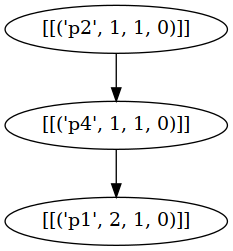
The Graphviz diagram task_network.png in XushengLuo92/Hierarchical-LTL, before a commit. Its source is kept beside it as task_network.dot.
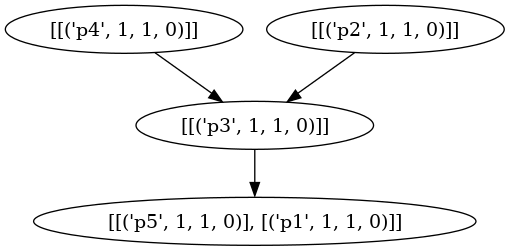
Above is the later version.

Diff of the diagram source:
```diff
@@ -1,8 +1,10 @@
 strict digraph "" {
 	node [label="\N"];
-	"('p0', 2)"	[label="[[('p1', 2, 1, 0)]]"];
-	"('p100', 1)"	[label="[[('p2', 1, 1, 0)]]"];
-	"('p100', 2)"	[label="[[('p4', 1, 1, 0)]]"];
-	"('p100', 1)" -> "('p100', 2)";
-	"('p100', 2)" -> "('p0', 2)";
+	"('p100', 1)"	[label="[[('p4', 1, 1, 0)]]"];
+	"('p200', 1)"	[label="[[('p3', 1, 1, 0)]]"];
+	"('p100', 1)" -> "('p200', 1)";
+	"('p100', 2)"	[label="[[('p2', 1, 1, 0)]]"];
+	"('p100', 2)" -> "('p200', 1)";
+	"('p200', 2)"	[label="[[('p5', 1, 1, 0)], [('p1', 1, 1, 0)]]"];
+	"('p200', 1)" -> "('p200', 2)";
 }
```
